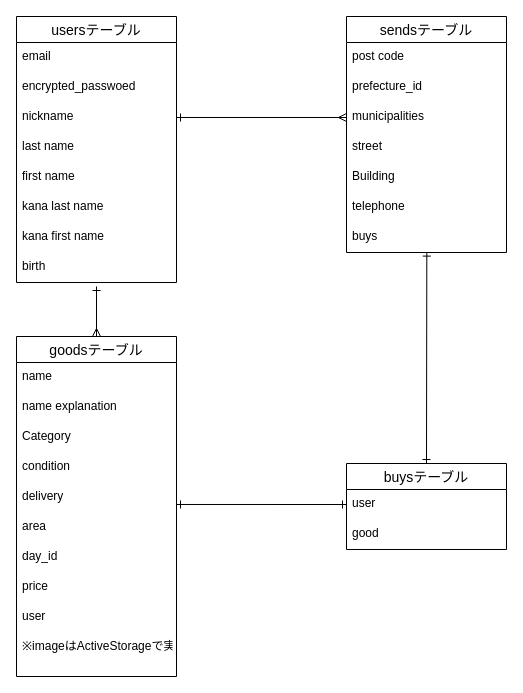
hosomikazuhito/furima-40600 keeps this draw.io diagram as furima.dio. Above is the earlier version. Source tidied: cells renumbered, new cells numbered last; positions are measured from the earlier drawing's top-left corner, leaving out a move shared by most shapes. Both pictures are drawn from the tidied source at 100%, with x=0, y=0 at pixel (16, 16).
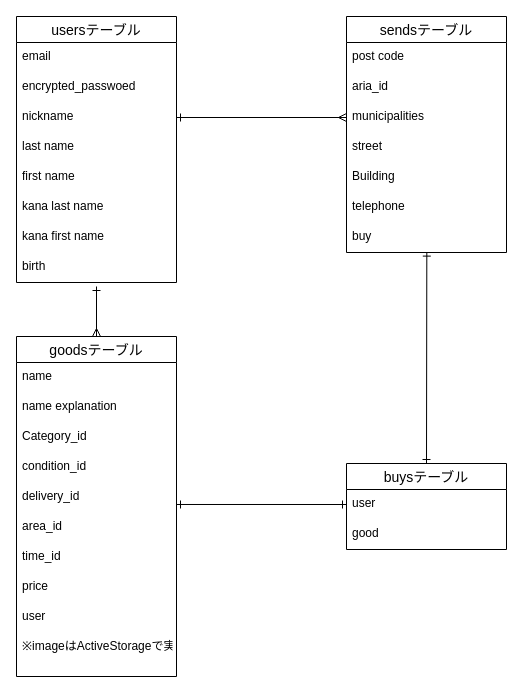
Above is the later version.

Commit message (it also covers changes not shown here):
データベース設計修正依頼2

Unchanged cells that the change refers to:
```xml
<mxCell id="11" value="sendsテーブル" style="swimlane;fontStyle=0;horizontal=1;startSize=26;align=center;fontSize=14;" parent="1" vertex="1">
  <mxGeometry x="330" width="160" height="236" as="geometry" />
</mxCell>
<mxCell id="20" value="goodsテーブル" style="swimlane;fontStyle=0;horizontal=1;startSize=26;align=center;fontSize=14;" parent="1" vertex="1">
  <mxGeometry y="320" width="160" height="340" as="geometry" />
</mxCell>
```

What changed in the source:
```diff
@@
-    <mxCell id="13" value="prefecture_id" style="text;strokeColor=none;fillColor=none;spacingLeft=4;spacingRight=4;overflow=hidden;fontSize=12;" parent="11" vertex="1">
+    <mxCell id="13" value="aria_id" style="text;strokeColor=none;fillColor=none;spacingLeft=4;spacingRight=4;overflow=hidden;fontSize=12;" parent="11" vertex="1">
       <mxGeometry y="56" width="160" height="30" as="geometry" />
     </mxCell>
@@
-    <mxCell id="18" value="buys" style="text;strokeColor=none;fillColor=none;spacingLeft=4;spacingRight=4;overflow=hidden;points=[[0,0.5],[1,0.5]];portConstraint=eastwest;fontSize=12;" parent="11" vertex="1">
+    <mxCell id="18" value="buy" style="text;strokeColor=none;fillColor=none;spacingLeft=4;spacingRight=4;overflow=hidden;points=[[0,0.5],[1,0.5]];portConstraint=eastwest;fontSize=12;" parent="11" vertex="1">
       <mxGeometry y="206" width="160" height="30" as="geometry" />
     </mxCell>
@@
-    <mxCell id="23" value="Category" style="text;strokeColor=none;fillColor=none;spacingLeft=4;spacingRight=4;overflow=hidden;fontSize=12;" parent="20" vertex="1">
+    <mxCell id="23" value="Category_id" style="text;strokeColor=none;fillColor=none;spacingLeft=4;spacingRight=4;overflow=hidden;fontSize=12;" parent="20" vertex="1">
       <mxGeometry y="86" width="160" height="30" as="geometry" />
     </mxCell>
-    <mxCell id="24" value="condition" style="text;strokeColor=none;fillColor=none;spacingLeft=4;spacingRight=4;overflow=hidden;fontSize=12;" parent="20" vertex="1">
+    <mxCell id="24" value="condition_id" style="text;strokeColor=none;fillColor=none;spacingLeft=4;spacingRight=4;overflow=hidden;fontSize=12;" parent="20" vertex="1">
       <mxGeometry y="116" width="160" height="30" as="geometry" />
     </mxCell>
-    <mxCell id="25" value="delivery" style="text;strokeColor=none;fillColor=none;spacingLeft=4;spacingRight=4;overflow=hidden;points=[[0,0.5],[1,0.5]];portConstraint=eastwest;fontSize=12;" parent="20" vertex="1">
+    <mxCell id="25" value="delivery_id" style="text;strokeColor=none;fillColor=none;spacingLeft=4;spacingRight=4;overflow=hidden;points=[[0,0.5],[1,0.5]];portConstraint=eastwest;fontSize=12;" parent="20" vertex="1">
       <mxGeometry y="146" width="160" height="30" as="geometry" />
     </mxCell>
-    <mxCell id="26" value="area" style="text;strokeColor=none;fillColor=none;spacingLeft=4;spacingRight=4;overflow=hidden;fontSize=12;" parent="20" vertex="1">
+    <mxCell id="26" value="area_id" style="text;strokeColor=none;fillColor=none;spacingLeft=4;spacingRight=4;overflow=hidden;fontSize=12;" parent="20" vertex="1">
       <mxGeometry y="176" width="160" height="30" as="geometry" />
     </mxCell>
-    <mxCell id="27" value="day_id" style="text;strokeColor=none;fillColor=none;spacingLeft=4;spacingRight=4;overflow=hidden;fontSize=12;" parent="20" vertex="1">
+    <mxCell id="27" value="time_id" style="text;strokeColor=none;fillColor=none;spacingLeft=4;spacingRight=4;overflow=hidden;fontSize=12;" parent="20" vertex="1">
       <mxGeometry y="206" width="160" height="30" as="geometry" />
     </mxCell>
```
